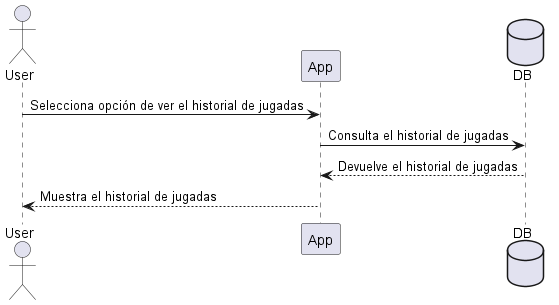
This is images/Jugadas.png from Arquisoft/wiq_es6b, a PlantUML export, as it was before one commit. Source of this version:
```plantuml
@startuml
actor User
participant App
database DB

User -> App: Selecciona opción de ver el historial de jugadas
App -> DB: Consulta el historial de jugadas
App <-- DB: Devuelve el historial de jugadas
User <-- App: Muestra el historial de jugadas
@enduml
```
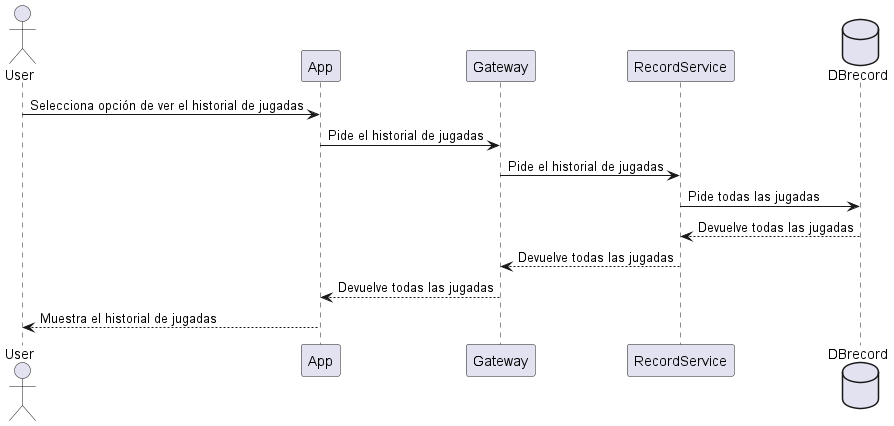
After the commit.

What changed in the source:
```diff
@@ -1,10 +1,16 @@
 @startuml
 actor User
 participant App
-database DB
+participant Gateway
+participant RecordService
+database DBrecord
 
 User -> App: Selecciona opción de ver el historial de jugadas
-App -> DB: Consulta el historial de jugadas
-App <-- DB: Devuelve el historial de jugadas
+App -> Gateway: Pide el historial de jugadas
+Gateway -> RecordService: Pide el historial de jugadas
+RecordService-> DBrecord: Pide todas las jugadas
+RecordService<-- DBrecord: Devuelve todas las jugadas
+Gateway <-- RecordService: Devuelve todas las jugadas
+App <-- Gateway: Devuelve todas las jugadas
 User <-- App: Muestra el historial de jugadas
 @enduml
```
